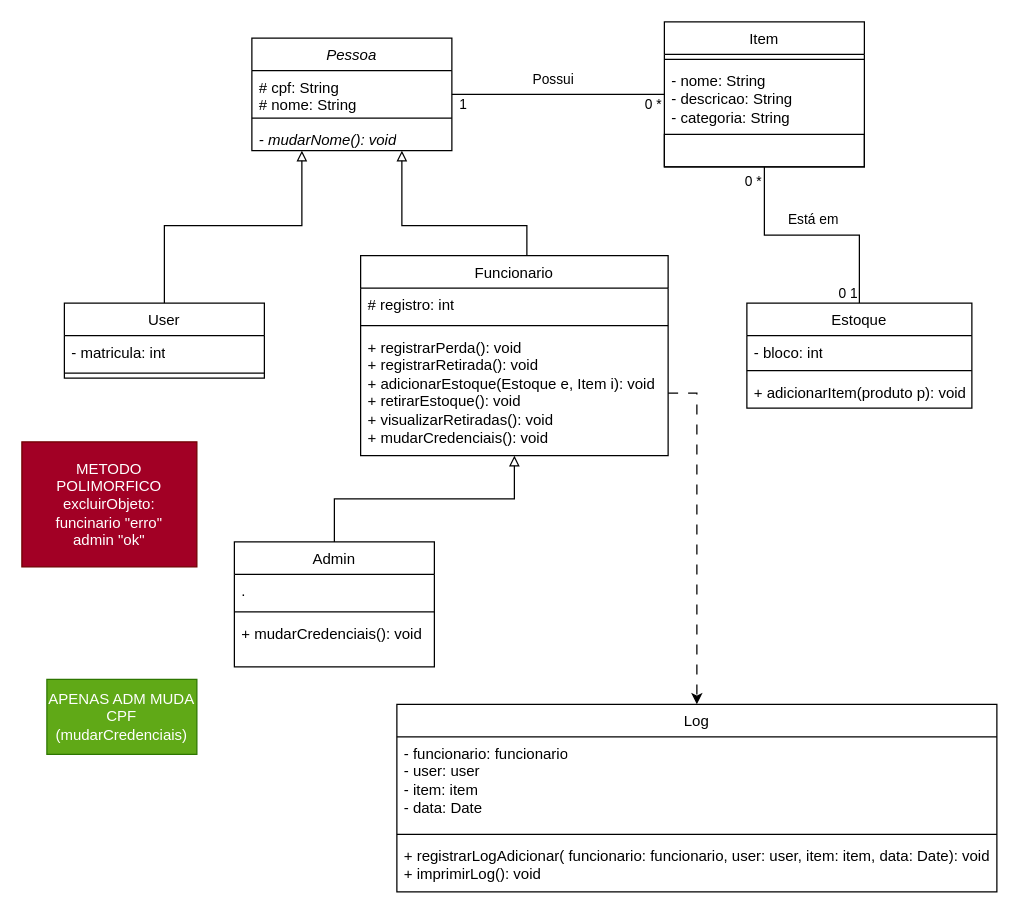
Earlier version of the draw.io diagram Diagramas/diagrama-de-classes.drawio (JoshuaMeds/PooProject). Source tidied: cells renumbered, new cells numbered last; positions are measured from the earlier drawing's top-left corner, leaving out a move shared by most shapes. Both pictures are drawn from the tidied source at 125%, with x=0, y=0 at pixel (21, 21).
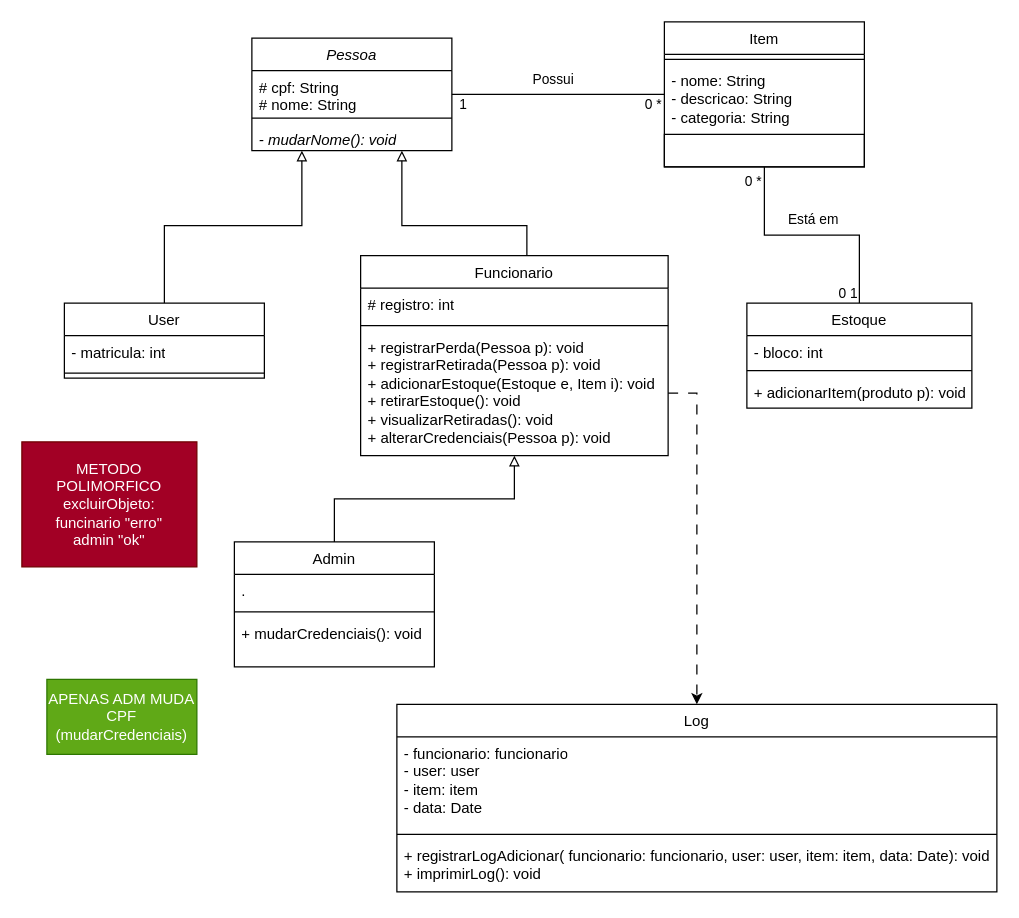
Above is the later version.

Commit message (it also covers changes not shown here):
Implementacao classe Funcionario e atualizacao diagrama de classes

Unchanged cells that the change refers to:
```xml
<mxCell id="15" value="&lt;span style=&quot;font-weight: 400; text-wrap: nowrap;&quot;&gt;Funcionario&lt;/span&gt;" style="swimlane;fontStyle=1;align=center;verticalAlign=top;horizontal=1;startSize=26;whiteSpace=wrap;html=1;" parent="1" vertex="1">
  <mxGeometry x="271" y="187" width="246" height="160" as="geometry" />
</mxCell>
```

The edit, as a diff of the source:
```diff
@@
-    <mxCell id="18" value="+ registrarPerda(): void&lt;div&gt;+ registrarRetirada(): void&lt;div&gt;+ adicionarEstoque(Estoque e, Item i): void&lt;/div&gt;&lt;/div&gt;&lt;div&gt;+ retirarEstoque(): void&lt;br&gt;+ visualizarRetiradas(): void&lt;br&gt;&lt;div&gt;+ mudarCredenciais(): void&lt;/div&gt;&lt;/div&gt;" style="text;strokeColor=none;fillColor=none;align=left;verticalAlign=top;spacingLeft=4;spacingRight=4;overflow=hidden;points=[[0,0.5],[1,0.5]];portConstraint=eastwest;whiteSpace=wrap;html=1;" parent="15" vertex="1">
+    <mxCell id="18" value="+ registrarPerda(Pessoa p): void&lt;div&gt;+ registrarRetirada(Pessoa p): void&lt;div&gt;+ adicionarEstoque(Estoque e, Item i): void&lt;/div&gt;&lt;/div&gt;&lt;div&gt;+ retirarEstoque(): void&lt;br&gt;+ visualizarRetiradas(): void&lt;br&gt;&lt;div&gt;+ alterarCredenciais(Pessoa p): void&lt;/div&gt;&lt;/div&gt;" style="text;strokeColor=none;fillColor=none;align=left;verticalAlign=top;spacingLeft=4;spacingRight=4;overflow=hidden;points=[[0,0.5],[1,0.5]];portConstraint=eastwest;whiteSpace=wrap;html=1;" parent="15" vertex="1">
       <mxGeometry y="60" width="246" height="100" as="geometry" />
     </mxCell>
```
